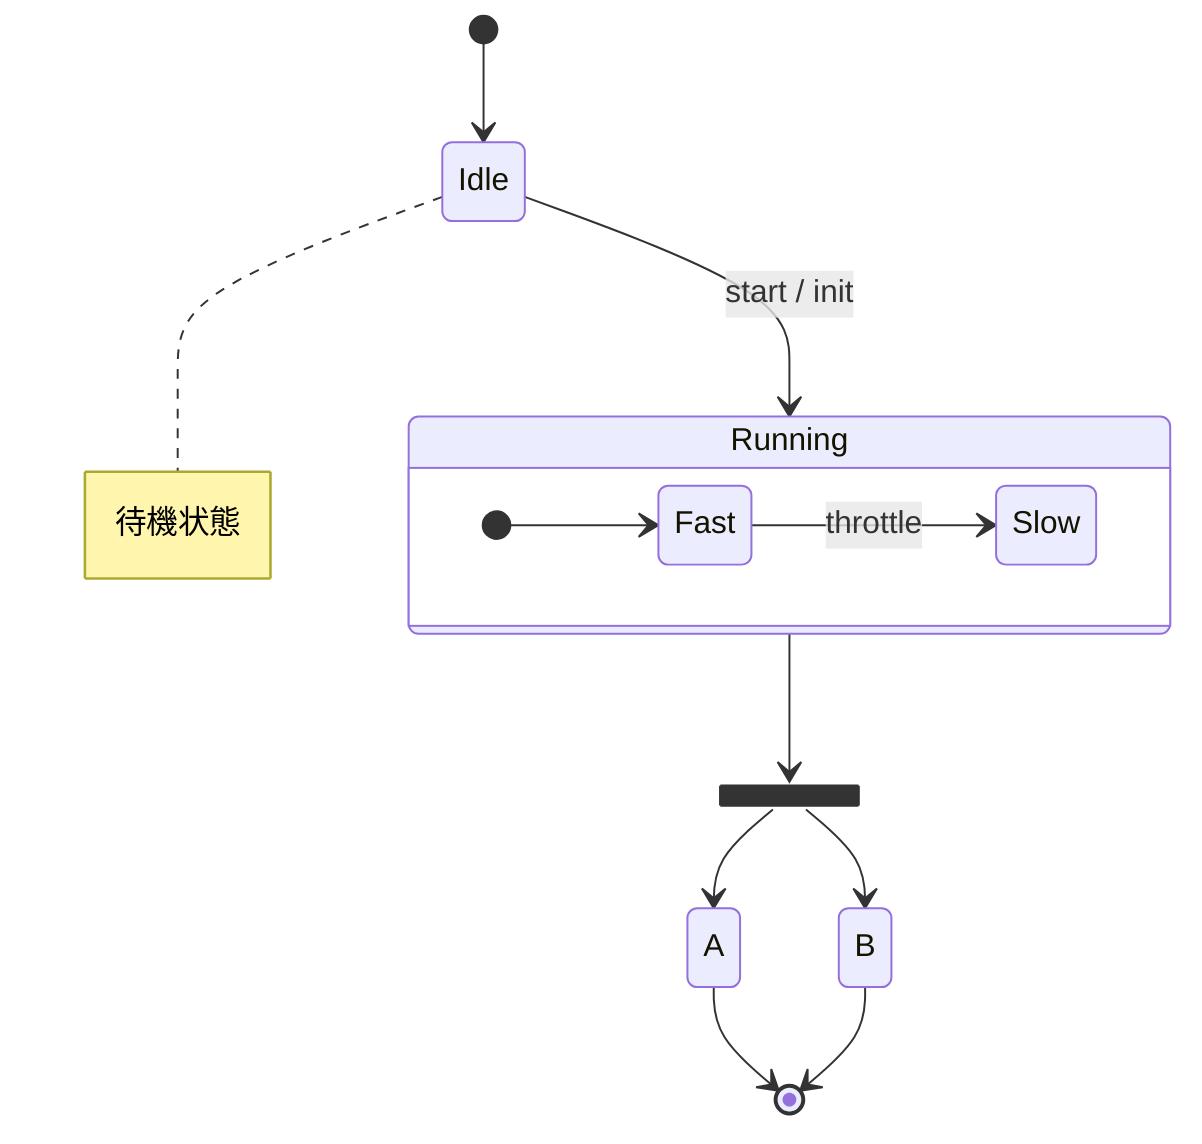
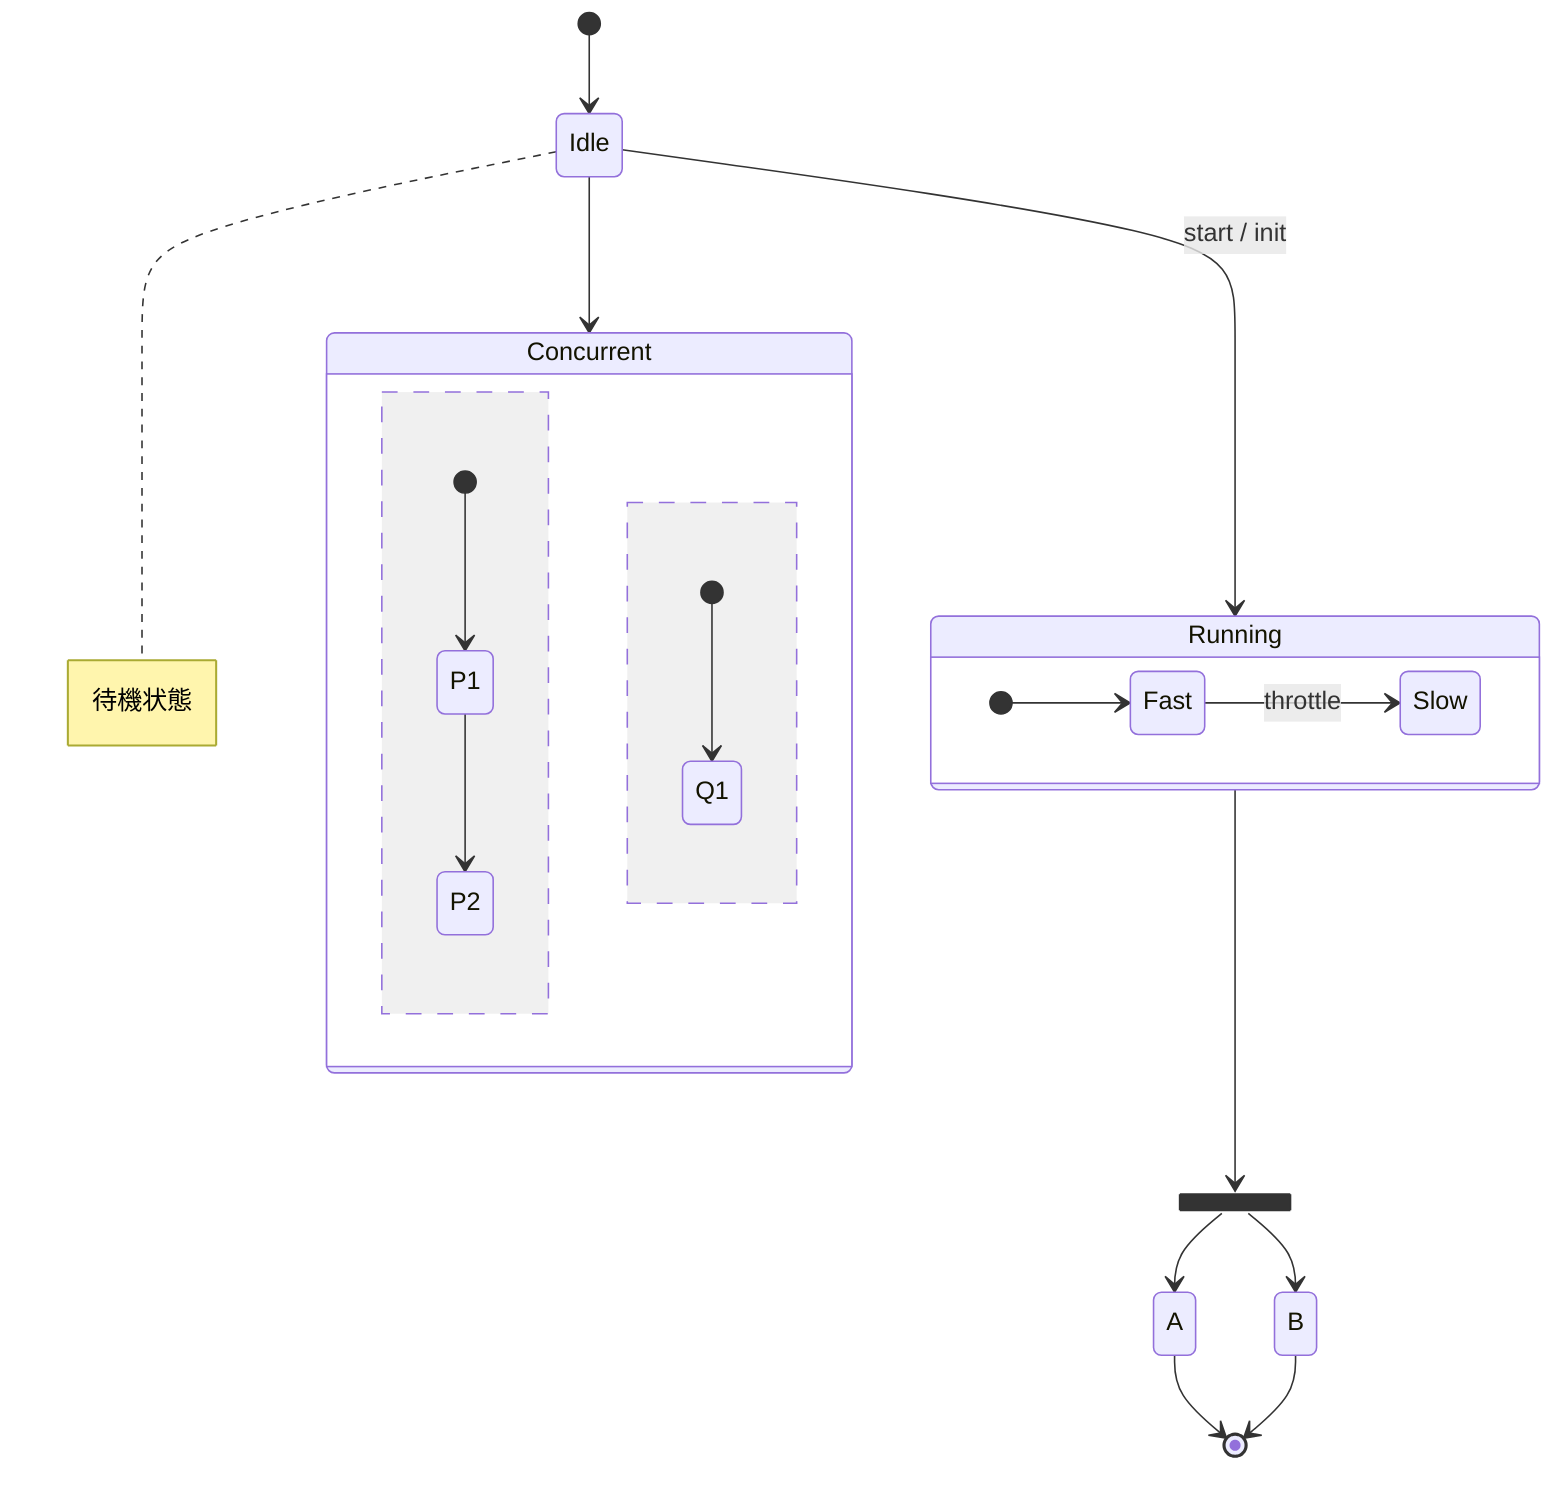
stateDiagram-v2
  [*] --> Idle
  Idle --> Running : start / init
  state Running {
    direction LR
    [*] --> Fast
    Fast --> Slow : throttle
  }
  state fork1 <<fork>>
  Running --> fork1
  fork1 --> A
  fork1 --> B
  A --> [*]
  B --> [*]
  note right of Idle : 待機状態
+   state Concurrent {
+     [*] --> P1
+     P1 --> P2
+     --
+     [*] --> Q1
+   }
+   Idle --> Concurrent
